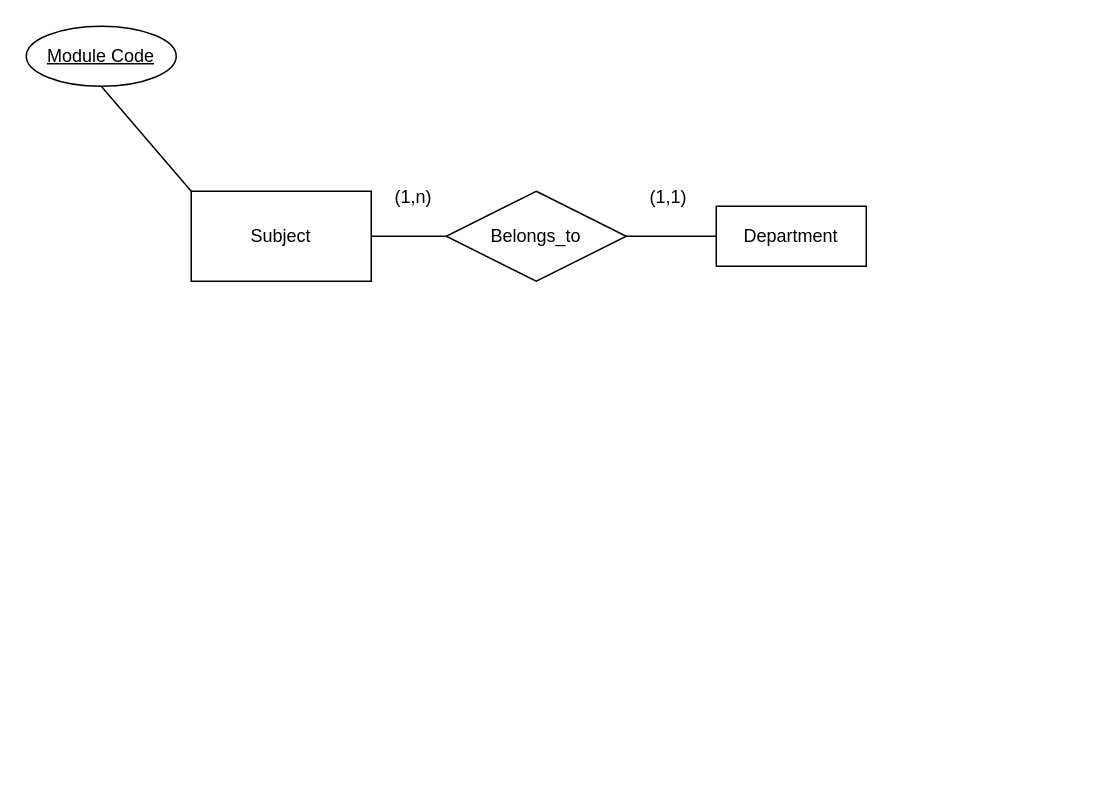
The draw.io diagram Finale.drawio in S0ra1n0/Database-learning, before the edit. Source tidied: cells renumbered, new cells numbered last; positions are measured from the earlier drawing's top-left corner, leaving out a move shared by most shapes. Both pictures are drawn from the tidied source at 150%, with x=0, y=0 at pixel (26, 26).
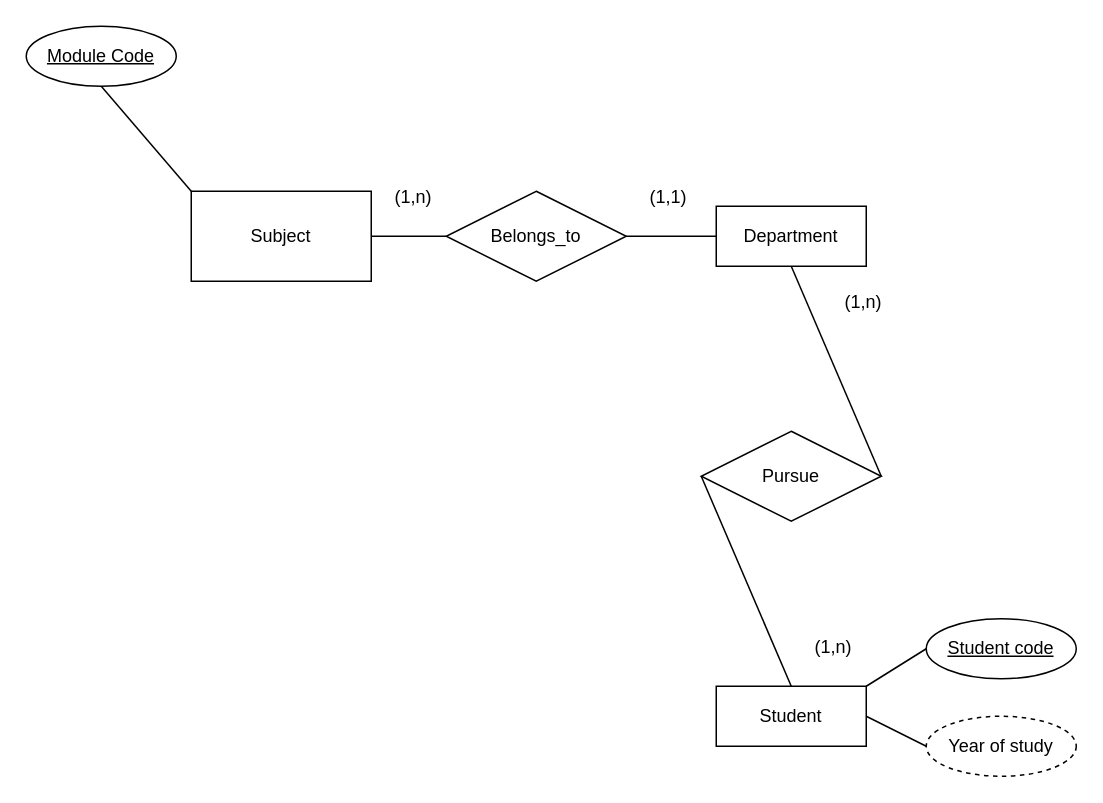
The same diagram, later.

Commit message (it also covers changes not shown here):
Cập nhật Finale.drawio

The change refers to these unchanged cells:
```xml
<mxCell id="8" value="Department" style="whiteSpace=wrap;html=1;align=center;" parent="1" vertex="1">
  <mxGeometry x="460" y="120" width="100" height="40" as="geometry" />
</mxCell>
```

The edit, as a diff of the source:
```diff
@@
+    <mxCell id="11" value="Student" style="whiteSpace=wrap;html=1;align=center;" parent="1" vertex="1">
+      <mxGeometry x="460" y="440" width="100" height="40" as="geometry" />
+    </mxCell>
+    <mxCell id="12" value="Pursue" style="shape=rhombus;perimeter=rhombusPerimeter;whiteSpace=wrap;html=1;align=center;" parent="1" vertex="1">
+      <mxGeometry x="450" y="270" width="120" height="60" as="geometry" />
+    </mxCell>
+    <mxCell id="13" style="endArrow=none;html=1;rounded=0;entryX=1;entryY=0.5;entryDx=0;entryDy=0;exitX=0.5;exitY=1;exitDx=0;exitDy=0;" parent="1" edge="1" source="8" target="12">
+      <mxGeometry relative="1" as="geometry" />
+    </mxCell>
+    <mxCell id="14" style="endArrow=none;html=1;rounded=0;entryX=0.5;entryY=0;entryDx=0;entryDy=0;exitX=0;exitY=0.5;exitDx=0;exitDy=0;" parent="1" edge="1" source="12" target="11">
+      <mxGeometry relative="1" as="geometry" />
+    </mxCell>
+    <mxCell id="15" value="(1,n)" style="text;strokeColor=none;fillColor=none;spacingLeft=4;spacingRight=4;overflow=hidden;fontSize=12;whiteSpace=wrap;html=1;" parent="1" vertex="1">
+      <mxGeometry x="540" y="170" width="40" height="30" as="geometry" />
+    </mxCell>
+    <mxCell id="16" value="(1,n)" style="text;strokeColor=none;fillColor=none;spacingLeft=4;spacingRight=4;overflow=hidden;fontSize=12;whiteSpace=wrap;html=1;" parent="1" vertex="1">
+      <mxGeometry x="520" y="400" width="40" height="30" as="geometry" />
+    </mxCell>
+    <mxCell id="17" value="Student code" style="ellipse;whiteSpace=wrap;html=1;align=center;fontStyle=4;" parent="1" vertex="1">
+      <mxGeometry x="600" y="395" width="100" height="40" as="geometry" />
+    </mxCell>
+    <mxCell id="18" style="endArrow=none;html=1;rounded=0;entryX=0;entryY=0.5;entryDx=0;entryDy=0;exitX=1;exitY=0;exitDx=0;exitDy=0;" parent="1" edge="1" source="11" target="17">
+      <mxGeometry relative="1" as="geometry" />
+    </mxCell>
+    <mxCell id="19" value="Year of study" style="ellipse;whiteSpace=wrap;html=1;align=center;dashed=1;" parent="1" vertex="1">
+      <mxGeometry x="600" y="460" width="100" height="40" as="geometry" />
+    </mxCell>
+    <mxCell id="20" style="endArrow=none;html=1;rounded=0;entryX=0;entryY=0.5;entryDx=0;entryDy=0;exitX=1;exitY=0.5;exitDx=0;exitDy=0;" parent="1" edge="1" source="11" target="19">
+      <mxGeometry relative="1" as="geometry" />
+    </mxCell>
```
